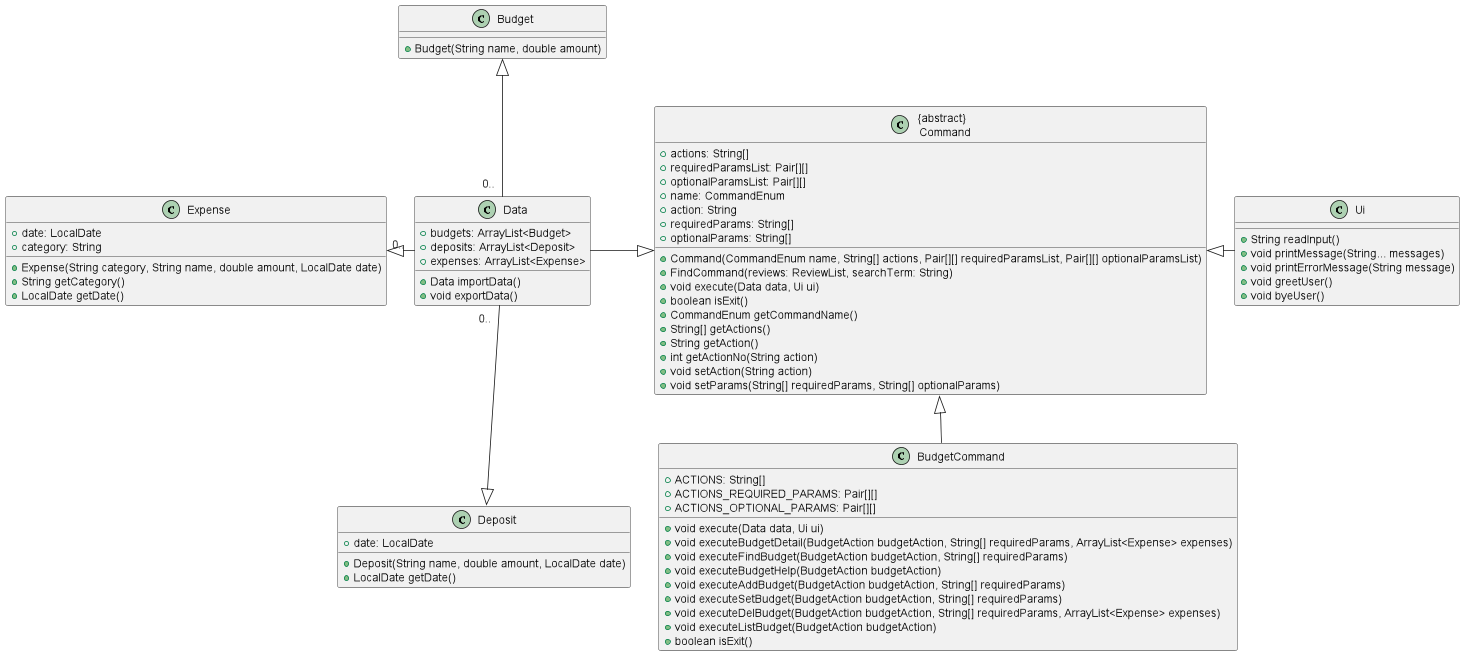
Earlier version of the PlantUML export docs/uml/BudgetCommand.png (stephenkyang/tp). The source it was exported from:
```plantuml
@startuml


class "{abstract} \n Command"  {
         +actions: String[]
         +requiredParamsList: Pair[][]
         +optionalParamsList: Pair[][]
         +name: CommandEnum
         +action: String
         +requiredParams: String[]
         +optionalParams: String[]

         +Command(CommandEnum name, String[] actions, Pair[][] requiredParamsList, Pair[][] optionalParamsList)
         +FindCommand(reviews: ReviewList, searchTerm: String)
         +void execute(Data data, Ui ui)
         +boolean isExit()
         +CommandEnum getCommandName()
            +String[] getActions()
            +String getAction()
            +int getActionNo(String action)
            +void setAction(String action)
            +void setParams(String[] requiredParams, String[] optionalParams)

}


class BudgetCommand {
    +ACTIONS: String[]
    +ACTIONS_REQUIRED_PARAMS: Pair[][]
    +ACTIONS_OPTIONAL_PARAMS: Pair[][]
     +void execute(Data data, Ui ui)
     +void executeBudgetDetail(BudgetAction budgetAction, String[] requiredParams, ArrayList<Expense> expenses)
     +void executeFindBudget(BudgetAction budgetAction, String[] requiredParams)
     +void executeBudgetHelp(BudgetAction budgetAction)
     +void executeAddBudget(BudgetAction budgetAction, String[] requiredParams)
     +void executeSetBudget(BudgetAction budgetAction, String[] requiredParams)
     +void executeDelBudget(BudgetAction budgetAction, String[] requiredParams, ArrayList<Expense> expenses)
     +void executeListBudget(BudgetAction budgetAction)
     +boolean isExit()
}

class Data {
+ budgets: ArrayList<Budget>
+ deposits: ArrayList<Deposit>
+ expenses: ArrayList<Expense>
+ Data importData()
+ void exportData()

}

class Ui {
+ String readInput()
+ void printMessage(String... messages)
+ void printErrorMessage(String message)
+ void greetUser()
+ void byeUser()
}

class Budget {
    +Budget(String name, double amount)
}

class Expense {
    +date: LocalDate
    +category: String
    +Expense(String category, String name, double amount, LocalDate date)
    +String getCategory()
    +LocalDate getDate()
}

class Deposit {
    +date: LocalDate
    +Deposit(String name, double amount, LocalDate date)
    +LocalDate getDate()
}






"{abstract} \n Command" <|-down- BudgetCommand
"{abstract} \n Command" <|-right- Ui
"{abstract} \n Command" <|-left- Data


"Budget" <|-down-"\n0..  " Data
"Expense" <|-right "0.. "Data
"Deposit" <|-up-"0..  " Data



@enduml
```
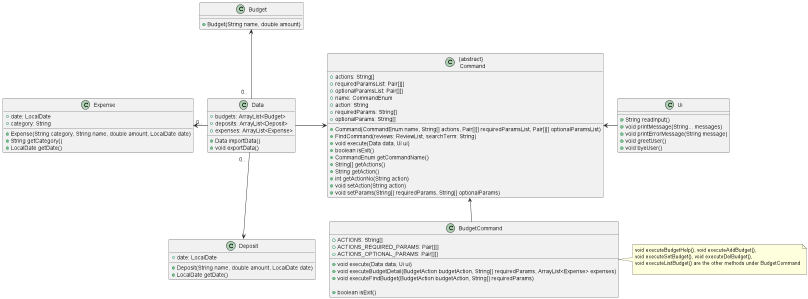
The same file after the commit.

Commit message:
update DG images for fixed diagrams add PPP

The edit, as a diff of the source:
```diff
@@ -1,4 +1,6 @@
 @startuml
+
+
 
 
 class "{abstract} \n Command"  {
@@ -30,14 +32,19 @@
     +ACTIONS_OPTIONAL_PARAMS: Pair[][]
      +void execute(Data data, Ui ui)
      +void executeBudgetDetail(BudgetAction budgetAction, String[] requiredParams, ArrayList<Expense> expenses)
+
+
      +void executeFindBudget(BudgetAction budgetAction, String[] requiredParams)
-     +void executeBudgetHelp(BudgetAction budgetAction)
-     +void executeAddBudget(BudgetAction budgetAction, String[] requiredParams)
-     +void executeSetBudget(BudgetAction budgetAction, String[] requiredParams)
-     +void executeDelBudget(BudgetAction budgetAction, String[] requiredParams, ArrayList<Expense> expenses)
-     +void executeListBudget(BudgetAction budgetAction)
+
      +boolean isExit()
 }
+
+note right
+ void executeBudgetHelp(), void executeAddBudget(),
+ void executeSetBudget(), void executeDelBudget(),
+ void executeListBudget() are the other methods under BudgetCommand
+
+end note
 
 class Data {
 + budgets: ArrayList<Budget>
@@ -79,14 +86,14 @@
 
 
 
-"{abstract} \n Command" <|-down- BudgetCommand
-"{abstract} \n Command" <|-right- Ui
-"{abstract} \n Command" <|-left- Data
+"{abstract} \n Command" <-down- BudgetCommand
+"{abstract} \n Command" <-right- Ui
+"{abstract} \n Command" <-left- Data
 
 
-"Budget" <|-down-"\n0..  " Data
-"Expense" <|-right "0.. "Data
-"Deposit" <|-up-"0..  " Data
+"Budget" <-down-"\n0..  " Data
+"Expense" <-right "0.. "Data
+"Deposit" <-up-"0..  " Data
 
 
 
```
